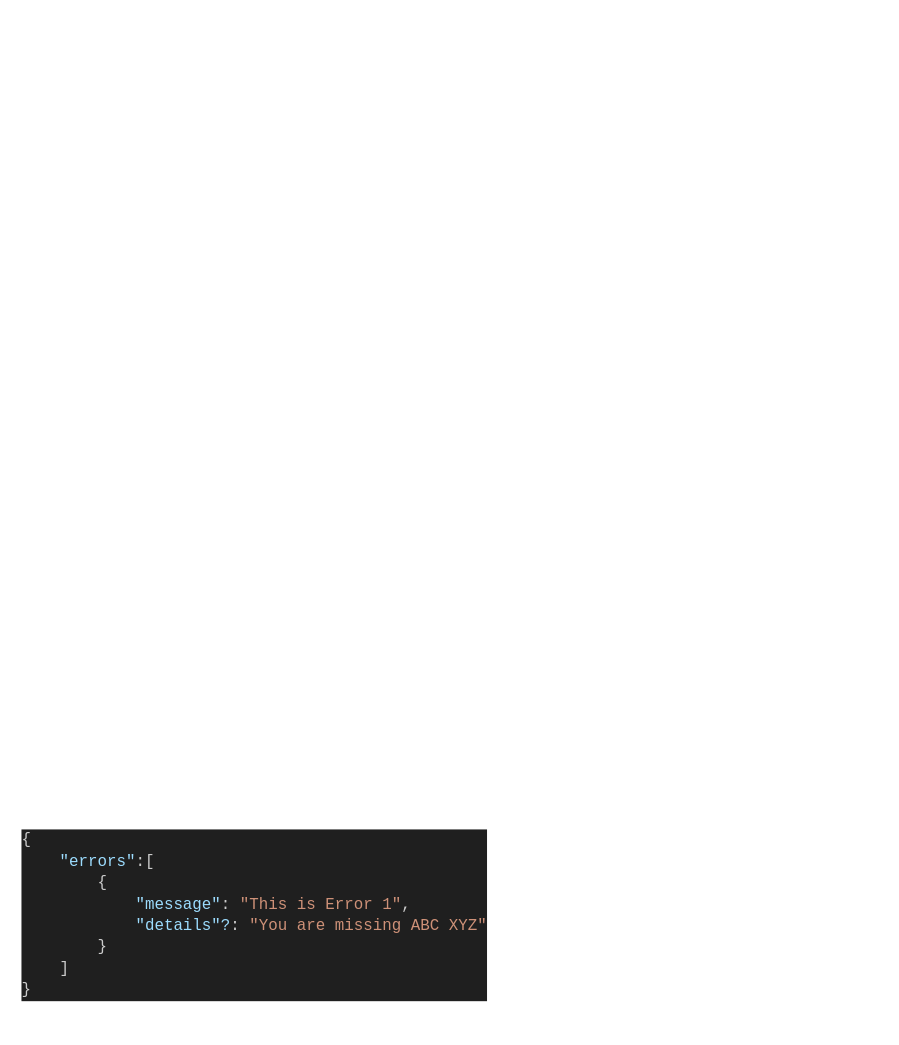
n0aHVN/TableTennisShop keeps this draw.io diagram as API.drawio. Above is the earlier version. Source tidied: cells renumbered, new cells numbered last; positions are measured from the earlier drawing's top-left corner, leaving out a move shared by most shapes. Both pictures are drawn from the tidied source at 113%, with x=0, y=0 at pixel (19, 822).
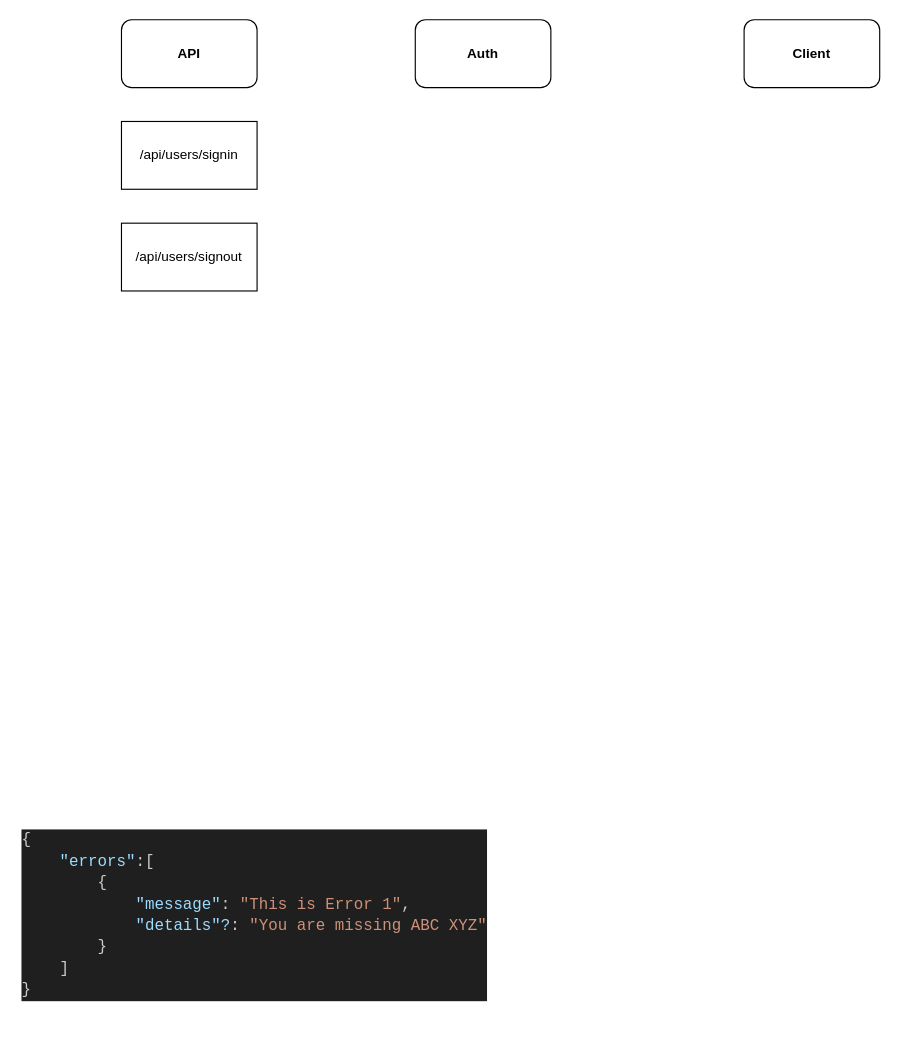
The same diagram, later.

What changed in the source:
```diff
@@
 <mxGraphModel>
   <root>
     <mxCell id="0" />
     <mxCell id="1" parent="0" />
     <mxCell id="2" value="&lt;div style=&quot;color: rgb(204, 204, 204); background-color: rgb(31, 31, 31); font-family: Consolas, &amp;quot;Courier New&amp;quot;, monospace; font-weight: normal; font-size: 14px; line-height: 19px; white-space: pre;&quot;&gt;&lt;div&gt;&lt;span style=&quot;color: rgb(204, 204, 204);&quot;&gt;{&lt;/span&gt;&lt;/div&gt;&lt;div&gt;&lt;span style=&quot;color: rgb(204, 204, 204);&quot;&gt;&amp;nbsp; &amp;nbsp; &lt;/span&gt;&lt;span style=&quot;color: rgb(156, 220, 254);&quot;&gt;&quot;errors&quot;&lt;/span&gt;&lt;span style=&quot;color: rgb(204, 204, 204);&quot;&gt;:[&lt;/span&gt;&lt;/div&gt;&lt;div&gt;&lt;span style=&quot;color: rgb(204, 204, 204);&quot;&gt;&amp;nbsp; &amp;nbsp; &amp;nbsp; &amp;nbsp; {&lt;/span&gt;&lt;/div&gt;&lt;div&gt;&lt;span style=&quot;color: rgb(204, 204, 204);&quot;&gt;&amp;nbsp; &amp;nbsp; &amp;nbsp; &amp;nbsp; &amp;nbsp; &amp;nbsp; &lt;/span&gt;&lt;span style=&quot;color: rgb(156, 220, 254);&quot;&gt;&quot;message&quot;&lt;/span&gt;&lt;span style=&quot;color: rgb(204, 204, 204);&quot;&gt;: &lt;/span&gt;&lt;span style=&quot;color: rgb(206, 145, 120);&quot;&gt;&quot;This is Error 1&quot;&lt;/span&gt;&lt;span style=&quot;color: rgb(204, 204, 204);&quot;&gt;,&lt;/span&gt;&lt;/div&gt;&lt;div&gt;&lt;span style=&quot;color: rgb(204, 204, 204);&quot;&gt;&amp;nbsp; &amp;nbsp; &amp;nbsp; &amp;nbsp; &amp;nbsp; &amp;nbsp; &lt;/span&gt;&lt;span style=&quot;color: rgb(156, 220, 254);&quot;&gt;&quot;details&quot;?&lt;/span&gt;&lt;span style=&quot;color: rgb(204, 204, 204);&quot;&gt;: &lt;/span&gt;&lt;span style=&quot;color: rgb(206, 145, 120);&quot;&gt;&quot;You are missing ABC XYZ&quot;&lt;/span&gt;&lt;/div&gt;&lt;div&gt;&lt;span style=&quot;color: rgb(204, 204, 204);&quot;&gt;&amp;nbsp; &amp;nbsp; &amp;nbsp; &amp;nbsp; }&lt;/span&gt;&lt;/div&gt;&lt;div&gt;&lt;span style=&quot;color: rgb(204, 204, 204);&quot;&gt;&amp;nbsp; &amp;nbsp; ]&lt;/span&gt;&lt;/div&gt;&lt;div&gt;&lt;span style=&quot;color: rgb(204, 204, 204);&quot;&gt;}&lt;/span&gt;&lt;/div&gt;&lt;/div&gt;" style="text;whiteSpace=wrap;html=1;" parent="1" vertex="1">
       <mxGeometry width="360" height="180" as="geometry" />
     </mxCell>
+    <mxCell id="3" value="/api/users/signin" style="rounded=0;whiteSpace=wrap;html=1;" parent="1" vertex="1">
+      <mxGeometry x="90" y="-620" width="120" height="60" as="geometry" />
+    </mxCell>
+    <mxCell id="4" value="/api/users/signout" style="rounded=0;whiteSpace=wrap;html=1;" parent="1" vertex="1">
+      <mxGeometry x="90" y="-530" width="120" height="60" as="geometry" />
+    </mxCell>
+    <mxCell id="5" value="&lt;span style=&quot;font-weight: 700;&quot;&gt;API&lt;/span&gt;" style="rounded=1;whiteSpace=wrap;html=1;" parent="1" vertex="1">
+      <mxGeometry x="90" y="-710" width="120" height="60" as="geometry" />
+    </mxCell>
+    <mxCell id="6" value="&lt;span style=&quot;font-weight: 700;&quot;&gt;Client&lt;/span&gt;" style="rounded=1;whiteSpace=wrap;html=1;" parent="1" vertex="1">
+      <mxGeometry x="641" y="-710" width="120" height="60" as="geometry" />
+    </mxCell>
+    <mxCell id="7" value="&lt;span style=&quot;font-weight: 700;&quot;&gt;Auth&lt;/span&gt;" style="rounded=1;whiteSpace=wrap;html=1;" parent="1" vertex="1">
+      <mxGeometry x="350" y="-710" width="120" height="60" as="geometry" />
+    </mxCell>
   </root>
 </mxGraphModel>
```
